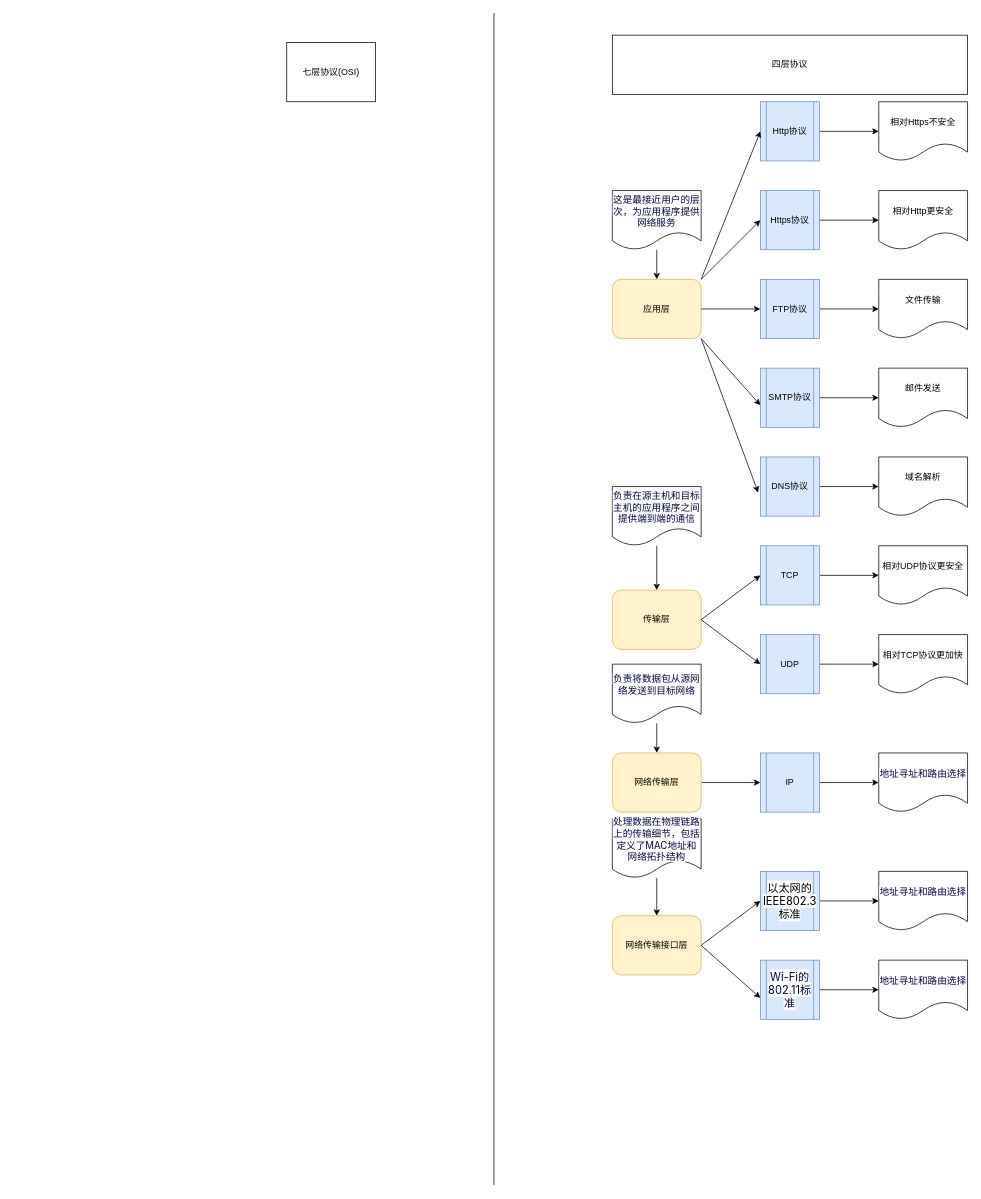
This is 请求协议.drawio from RoboertLaw/company-mall, a draw.io file, before an edit. Source tidied: cells renumbered, new cells numbered last; positions are measured from the earlier drawing's top-left corner, leaving out a move shared by most shapes. Both pictures are drawn from the tidied source at 74%, with x=0, y=0 at pixel (286, 13).
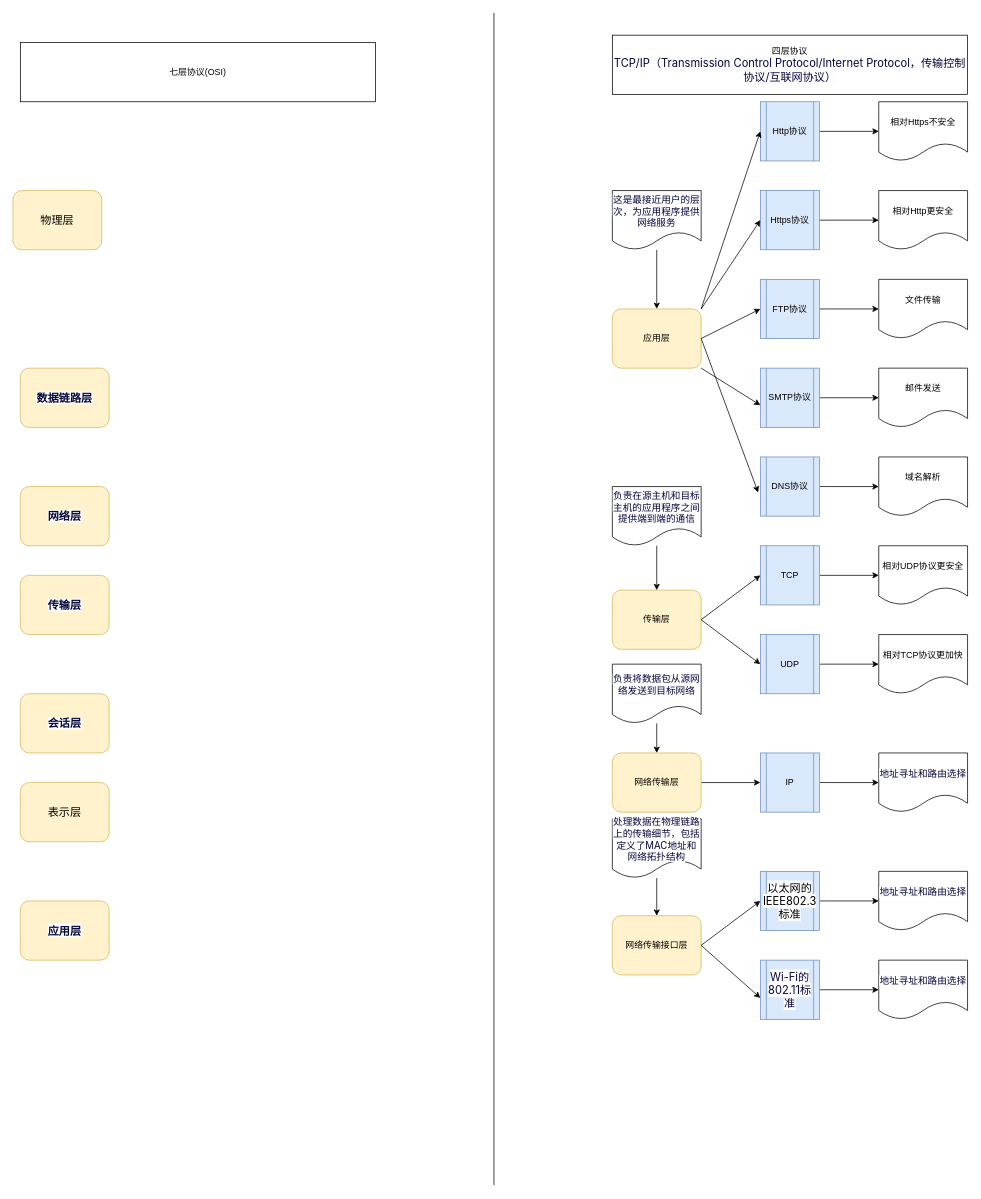
The same diagram, later.

Commit message:
更新请求协议.drawio

The edit, as a diff of the source:
```diff
@@
     <mxCell id="3" value="七层协议(OSI)" style="whiteSpace=wrap;html=1;" parent="1" vertex="1">
-      <mxGeometry y="40" width="120" height="80" as="geometry" />
+      <mxGeometry x="-360" y="40" width="480" height="80" as="geometry" />
     </mxCell>
-    <mxCell id="4" value="四层协议" style="whiteSpace=wrap;html=1;" parent="1" vertex="1">
+    <mxCell id="4" value="四层协议&lt;div&gt;&lt;span style=&quot;color: rgb(5, 7, 59); font-family: -apple-system, BlinkMacSystemFont, &amp;quot;Segoe UI&amp;quot;, Roboto, Ubuntu, &amp;quot;Helvetica Neue&amp;quot;, Helvetica, Arial, &amp;quot;PingFang SC&amp;quot;, &amp;quot;Hiragino Sans GB&amp;quot;, &amp;quot;Microsoft YaHei UI&amp;quot;, &amp;quot;Microsoft YaHei&amp;quot;, &amp;quot;Source Han Sans CN&amp;quot;, sans-serif, &amp;quot;Apple Color Emoji&amp;quot;, &amp;quot;Segoe UI Emoji&amp;quot;; font-size: 15px; text-align: start; background-color: rgb(253, 253, 254);&quot;&gt;TCP/IP（Transmission Control Protocol/Internet Protocol，传输控制协议/互联网协议）&lt;/span&gt;&lt;/div&gt;" style="whiteSpace=wrap;html=1;" parent="1" vertex="1">
       <mxGeometry x="440" y="30" width="480" height="80" as="geometry" />
     </mxCell>
     <mxCell id="5" value="应用层" style="rounded=1;whiteSpace=wrap;html=1;fillColor=#fff2cc;strokeColor=#d6b656;" parent="1" vertex="1">
-      <mxGeometry x="440" y="360" width="120" height="80" as="geometry" />
+      <mxGeometry x="440" y="400" width="120" height="80" as="geometry" />
     </mxCell>
@@
+    <mxCell id="57" value="&lt;font style=&quot;font-size: 15px;&quot;&gt;物理层&lt;/font&gt;" style="rounded=1;whiteSpace=wrap;html=1;fillColor=#fff2cc;strokeColor=#d6b656;" parent="1" vertex="1">
+      <mxGeometry x="-370" y="240" width="120" height="80" as="geometry" />
+    </mxCell>
+    <mxCell id="58" value="&lt;span style=&quot;box-sizing: border-box; padding: 0px; -webkit-font-smoothing: antialiased; list-style: none; margin: 0px; scrollbar-width: none; font-weight: 600; color: rgb(5, 7, 59); font-size: 15px; text-align: left; background-color: rgb(253, 253, 254);&quot;&gt;&lt;font face=&quot;Helvetica&quot;&gt;数据链路层&lt;/font&gt;&lt;/span&gt;" style="rounded=1;whiteSpace=wrap;html=1;fillColor=#fff2cc;strokeColor=#d6b656;" parent="1" vertex="1">
+      <mxGeometry x="-360" y="480" width="120" height="80" as="geometry" />
+    </mxCell>
+    <mxCell id="59" value="&lt;span style=&quot;box-sizing: border-box; padding: 0px; -webkit-font-smoothing: antialiased; list-style: none; margin: 0px; scrollbar-width: none; font-weight: 600; color: rgb(5, 7, 59); font-size: 15px; text-align: left; background-color: rgb(253, 253, 254);&quot;&gt;&lt;font face=&quot;Helvetica&quot;&gt;网络层&lt;/font&gt;&lt;/span&gt;" style="rounded=1;whiteSpace=wrap;html=1;fillColor=#fff2cc;strokeColor=#d6b656;" parent="1" vertex="1">
+      <mxGeometry x="-360" y="640" width="120" height="80" as="geometry" />
+    </mxCell>
+    <mxCell id="60" value="&lt;span style=&quot;box-sizing: border-box; padding: 0px; -webkit-font-smoothing: antialiased; list-style: none; margin: 0px; scrollbar-width: none; font-weight: 600; color: rgb(5, 7, 59); font-size: 15px; text-align: left; background-color: rgb(253, 253, 254);&quot;&gt;传输层&lt;/span&gt;" style="rounded=1;whiteSpace=wrap;html=1;fillColor=#fff2cc;strokeColor=#d6b656;" parent="1" vertex="1">
+      <mxGeometry x="-360" y="760" width="120" height="80" as="geometry" />
+    </mxCell>
+    <mxCell id="61" value="&lt;span style=&quot;box-sizing: border-box; padding: 0px; -webkit-font-smoothing: antialiased; list-style: none; margin: 0px; scrollbar-width: none; font-weight: 600; color: rgb(5, 7, 59); font-size: 15px; text-align: left; background-color: rgb(253, 253, 254);&quot;&gt;&lt;font face=&quot;Helvetica&quot;&gt;会话层&lt;/font&gt;&lt;/span&gt;" style="rounded=1;whiteSpace=wrap;html=1;fillColor=#fff2cc;strokeColor=#d6b656;" parent="1" vertex="1">
+      <mxGeometry x="-360" y="920" width="120" height="80" as="geometry" />
+    </mxCell>
+    <mxCell id="62" value="&lt;font style=&quot;font-size: 15px;&quot;&gt;表示层&lt;/font&gt;" style="rounded=1;whiteSpace=wrap;html=1;fillColor=#fff2cc;strokeColor=#d6b656;" parent="1" vertex="1">
+      <mxGeometry x="-360" y="1040" width="120" height="80" as="geometry" />
+    </mxCell>
+    <mxCell id="63" value="&lt;span style=&quot;box-sizing: border-box; padding: 0px; -webkit-font-smoothing: antialiased; list-style: none; margin: 0px; scrollbar-width: none; font-family: -apple-system, BlinkMacSystemFont, &amp;quot;Segoe UI&amp;quot;, Roboto, Ubuntu, &amp;quot;Helvetica Neue&amp;quot;, Helvetica, Arial, &amp;quot;PingFang SC&amp;quot;, &amp;quot;Hiragino Sans GB&amp;quot;, &amp;quot;Microsoft YaHei UI&amp;quot;, &amp;quot;Microsoft YaHei&amp;quot;, &amp;quot;Source Han Sans CN&amp;quot;, sans-serif, &amp;quot;Apple Color Emoji&amp;quot;, &amp;quot;Segoe UI Emoji&amp;quot;; font-weight: 600; color: rgb(5, 7, 59); font-size: 15px; text-align: left; background-color: rgb(253, 253, 254);&quot;&gt;应用层&lt;/span&gt;" style="rounded=1;whiteSpace=wrap;html=1;fillColor=#fff2cc;strokeColor=#d6b656;" parent="1" vertex="1">
+      <mxGeometry x="-360" y="1200" width="120" height="80" as="geometry" />
+    </mxCell>
```
